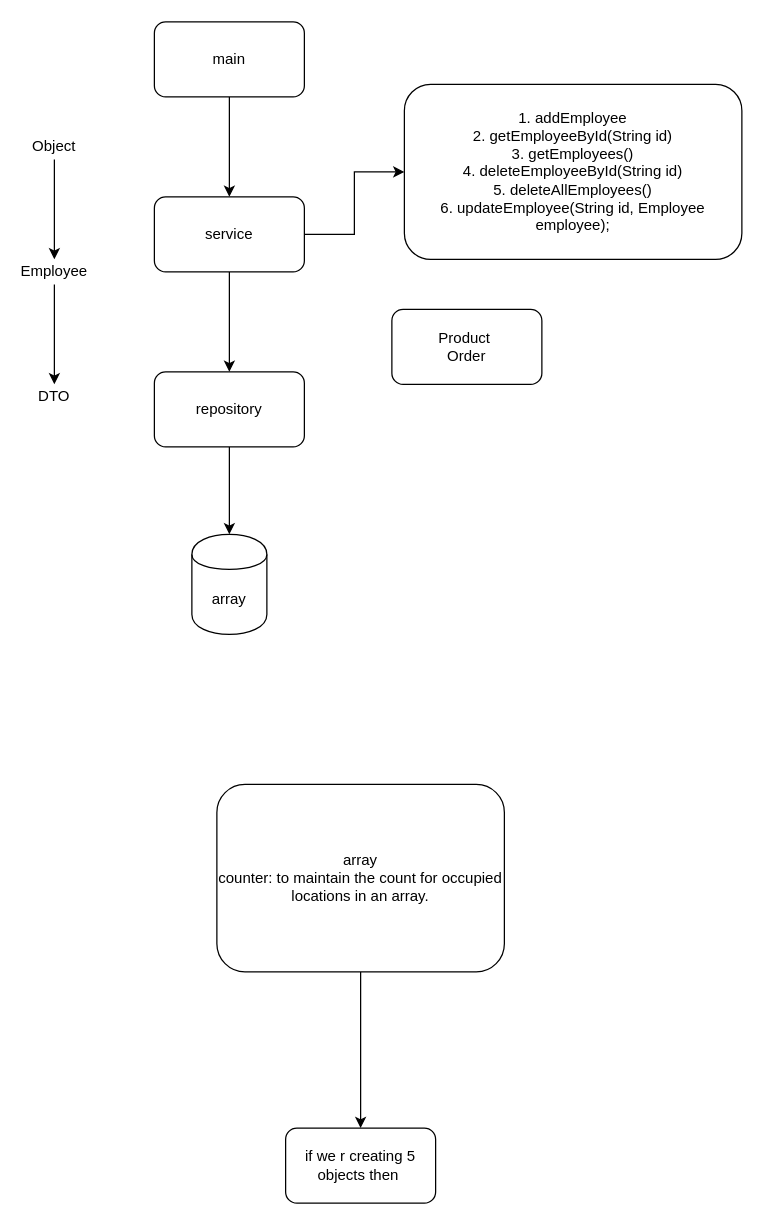
This is page "Application Flow" (2 of 7) of Untitled Diagram.drawio from abhinandanchivate/landisgyrNotes, a draw.io file, before an edit. Source tidied: cells renumbered, new cells numbered last; positions are measured from the earlier drawing's top-left corner, leaving out a move shared by most shapes. Both pictures are drawn from the tidied source at 125%, with x=0, y=0 at pixel (29, 21).
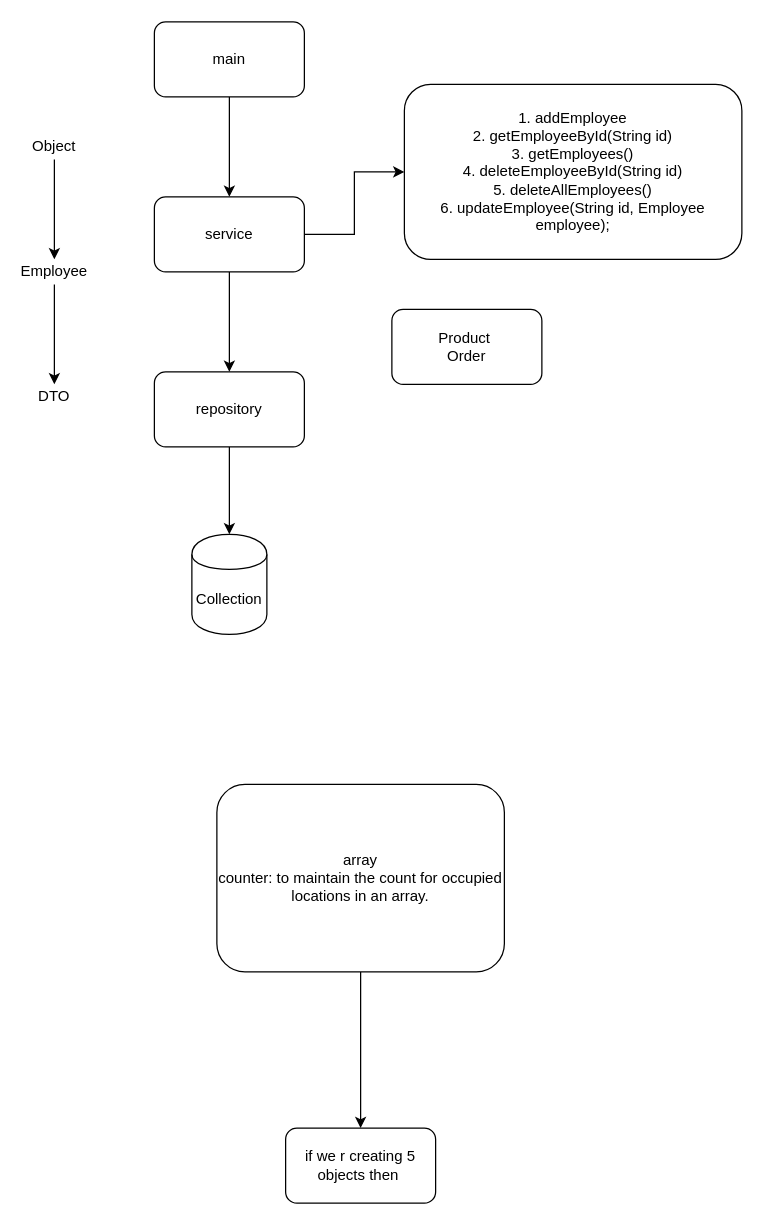
Above is the later version.

What changed in the source:
```diff
@@
 <mxGraphModel>
   <root>
     <mxCell id="0" />
     <mxCell id="1" parent="0" />
     <mxCell id="2" style="edgeStyle=orthogonalEdgeStyle;rounded=0;jettySize=auto;html=1;" parent="1" edge="1" source="3" target="6">
       <mxGeometry relative="1" as="geometry" />
     </mxCell>
     <mxCell id="3" value="main" style="rounded=1;whiteSpace=wrap;html=1;" parent="1" vertex="1">
       <mxGeometry x="100" width="120" height="60" as="geometry" />
     </mxCell>
     <mxCell id="4" style="edgeStyle=orthogonalEdgeStyle;rounded=0;jettySize=auto;html=1;" parent="1" edge="1" source="6" target="8">
       <mxGeometry relative="1" as="geometry" />
     </mxCell>
     <mxCell id="5" style="edgeStyle=orthogonalEdgeStyle;rounded=0;jettySize=auto;html=1;entryX=0;entryY=0.5;entryDx=0;entryDy=0;" parent="1" edge="1" source="6" target="15">
       <mxGeometry relative="1" as="geometry" />
     </mxCell>
     <mxCell id="6" value="service" style="rounded=1;whiteSpace=wrap;html=1;" parent="1" vertex="1">
       <mxGeometry x="100" y="140" width="120" height="60" as="geometry" />
     </mxCell>
     <mxCell id="7" style="edgeStyle=orthogonalEdgeStyle;rounded=0;jettySize=auto;html=1;" parent="1" edge="1" source="8" target="9">
       <mxGeometry relative="1" as="geometry" />
     </mxCell>
     <mxCell id="8" value="repository" style="rounded=1;whiteSpace=wrap;html=1;" parent="1" vertex="1">
       <mxGeometry x="100" y="280" width="120" height="60" as="geometry" />
     </mxCell>
-    <mxCell id="9" value="array" style="shape=cylinder;whiteSpace=wrap;html=1;boundedLbl=1;backgroundOutline=1;rounded=1;" parent="1" vertex="1">
+    <mxCell id="9" value="Collection" style="shape=cylinder;whiteSpace=wrap;html=1;boundedLbl=1;backgroundOutline=1;rounded=1;" parent="1" vertex="1">
       <mxGeometry x="130" y="410" width="60" height="80" as="geometry" />
     </mxCell>
     <mxCell id="10" style="edgeStyle=orthogonalEdgeStyle;rounded=0;jettySize=auto;html=1;" parent="1" edge="1" source="11" target="13">
       <mxGeometry relative="1" as="geometry" />
     </mxCell>
     <mxCell id="11" value="Object" style="text;html=1;strokeColor=none;fillColor=none;align=center;verticalAlign=middle;whiteSpace=wrap;rounded=0;" parent="1" vertex="1">
       <mxGeometry y="90" width="40" height="20" as="geometry" />
     </mxCell>
     <mxCell id="12" style="edgeStyle=orthogonalEdgeStyle;rounded=0;jettySize=auto;html=1;" parent="1" edge="1" source="13" target="14">
       <mxGeometry relative="1" as="geometry" />
     </mxCell>
     <mxCell id="13" value="Employee" style="text;html=1;strokeColor=none;fillColor=none;align=center;verticalAlign=middle;whiteSpace=wrap;rounded=0;" parent="1" vertex="1">
       <mxGeometry y="190" width="40" height="20" as="geometry" />
     </mxCell>
     <mxCell id="14" value="DTO" style="text;html=1;strokeColor=none;fillColor=none;align=center;verticalAlign=middle;whiteSpace=wrap;rounded=0;" parent="1" vertex="1">
       <mxGeometry y="290" width="40" height="20" as="geometry" />
     </mxCell>
     <mxCell id="15" value="1. addEmployee&lt;br&gt;2. getEmployeeById(String id)&lt;br&gt;3. getEmployees()&lt;br&gt;4. deleteEmployeeById(String id)&lt;br&gt;5. deleteAllEmployees()&lt;br&gt;6. updateEmployee(String id, Employee employee);" style="rounded=1;whiteSpace=wrap;html=1;" parent="1" vertex="1">
       <mxGeometry x="300" y="50" width="270" height="140" as="geometry" />
     </mxCell>
     <mxCell id="16" value="Product&amp;nbsp;&lt;br&gt;Order" style="rounded=1;whiteSpace=wrap;html=1;" parent="1" vertex="1">
       <mxGeometry x="290" y="230" width="120" height="60" as="geometry" />
     </mxCell>
     <mxCell id="17" style="edgeStyle=orthogonalEdgeStyle;rounded=0;jettySize=auto;html=1;" parent="1" edge="1" source="18" target="19">
       <mxGeometry relative="1" as="geometry" />
     </mxCell>
     <mxCell id="18" value="array&lt;br&gt;counter: to maintain the count for occupied locations in an array." style="rounded=1;whiteSpace=wrap;html=1;" parent="1" vertex="1">
       <mxGeometry x="150" y="610" width="230" height="150" as="geometry" />
     </mxCell>
     <mxCell id="19" value="if we r creating 5 objects then&amp;nbsp;" style="whiteSpace=wrap;html=1;rounded=1;" parent="1" vertex="1">
       <mxGeometry x="205" y="885" width="120" height="60" as="geometry" />
     </mxCell>
   </root>
 </mxGraphModel>
```
